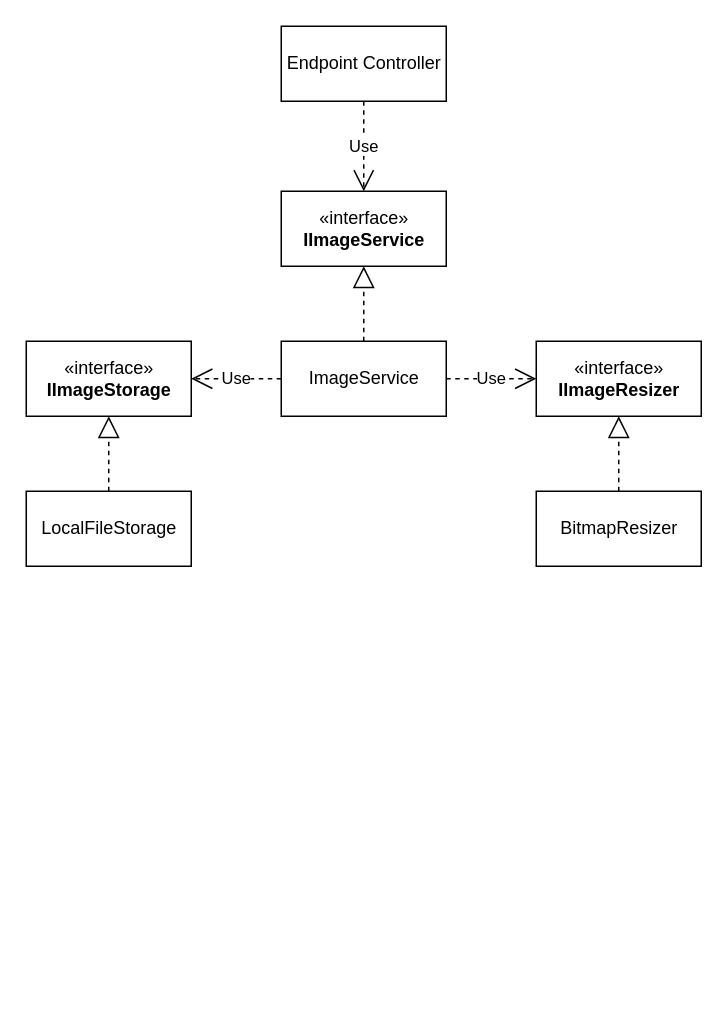
The draw.io diagram docs/Class Diagram.drawio in graemejob/atom-challenge, before the edit. Source tidied: cells renumbered, new cells numbered last; positions are measured from the earlier drawing's top-left corner, leaving out a move shared by most shapes. Both pictures are drawn from the tidied source at 150%, with x=0, y=0 at pixel (26, 26).
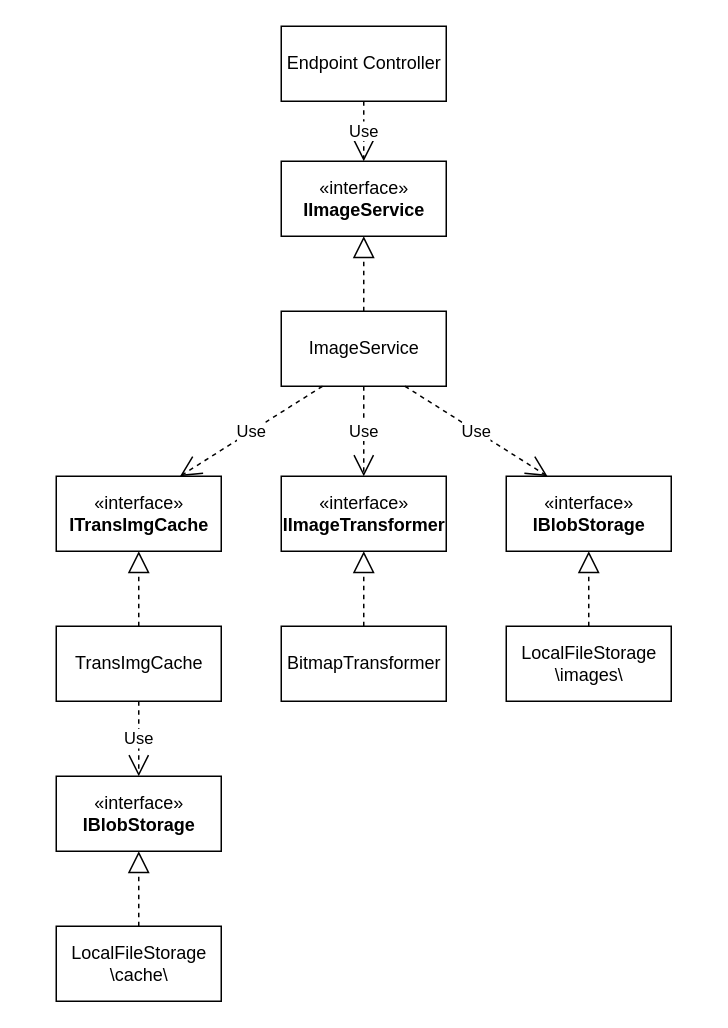
The same page after the edit.

Unchanged cells that the change refers to:
```xml
<mxCell id="11" value="Endpoint Controller" style="html=1;" parent="1" vertex="1">
  <mxGeometry x="170" width="110" height="50" as="geometry" />
</mxCell>
```

What changed in the source:
```diff
@@
-    <mxCell id="3" value="«interface»&lt;br&gt;&lt;b&gt;IImageStorage&lt;/b&gt;" style="html=1;" parent="1" vertex="1">
-      <mxGeometry y="210" width="110" height="50" as="geometry" />
+    <mxCell id="3" value="«interface»&lt;br&gt;&lt;b&gt;IBlobStorage&lt;/b&gt;" style="html=1;" parent="1" vertex="1">
+      <mxGeometry x="320" y="300" width="110" height="50" as="geometry" />
     </mxCell>
-    <mxCell id="4" value="&lt;span&gt;LocalFileStorage&lt;/span&gt;" style="html=1;" parent="1" vertex="1">
-      <mxGeometry y="310" width="110" height="50" as="geometry" />
+    <mxCell id="4" value="&lt;span&gt;LocalFileStorage&lt;br&gt;\images\&lt;br&gt;&lt;/span&gt;" style="html=1;" parent="1" vertex="1">
+      <mxGeometry x="320" y="400" width="110" height="50" as="geometry" />
     </mxCell>
-    <mxCell id="5" value="«interface»&lt;br&gt;&lt;b&gt;IImageResizer&lt;/b&gt;" style="html=1;" parent="1" vertex="1">
-      <mxGeometry x="340" y="210" width="110" height="50" as="geometry" />
+    <mxCell id="5" value="«interface»&lt;br&gt;&lt;b&gt;IImageTransformer&lt;/b&gt;" style="html=1;" parent="1" vertex="1">
+      <mxGeometry x="170" y="300" width="110" height="50" as="geometry" />
     </mxCell>
-    <mxCell id="6" value="ImageService" style="html=1;" parent="1" vertex="1">
-      <mxGeometry x="170" y="210" width="110" height="50" as="geometry" />
-    </mxCell>
-    <mxCell id="7" value="Use" style="endArrow=open;endSize=12;dashed=1;html=1;exitX=1;exitY=0.5;exitDx=0;exitDy=0;entryX=0;entryY=0.5;entryDx=0;entryDy=0;" parent="1" edge="1" source="6" target="5">
-      <mxGeometry relative="1" as="geometry" />
-    </mxCell>
-    <mxCell id="8" value="Use" style="endArrow=open;endSize=12;dashed=1;html=1;entryX=1;entryY=0.5;entryDx=0;entryDy=0;" parent="1" edge="1" target="3">
-      <mxGeometry relative="1" as="geometry">
-        <mxPoint x="170" y="235" as="sourcePoint" />
-      </mxGeometry>
-    </mxCell>
-    <mxCell id="9" value="«interface»&lt;br&gt;&lt;b&gt;IImageService&lt;/b&gt;" style="html=1;" parent="1" vertex="1">
-      <mxGeometry x="170" y="110" width="110" height="50" as="geometry" />
+    <mxCell id="9" value="«interface»&lt;br&gt;&lt;b&gt;ITransImgCache&lt;/b&gt;" style="html=1;" parent="1" vertex="1">
+      <mxGeometry x="20" y="300" width="110" height="50" as="geometry" />
     </mxCell>
-    <mxCell id="10" style="endArrow=block;dashed=1;endFill=0;endSize=12;html=1;entryX=0.5;entryY=1;entryDx=0;entryDy=0;exitX=0.5;exitY=0;exitDx=0;exitDy=0;" parent="1" edge="1" source="6" target="9">
-      <mxGeometry relative="1" as="geometry" />
+    <mxCell id="10" style="endArrow=block;dashed=1;endFill=0;endSize=12;html=1;entryX=0.5;entryY=1;entryDx=0;entryDy=0;exitX=0.5;exitY=0;exitDx=0;exitDy=0;" parent="1" edge="1" target="9">
+      <mxGeometry relative="1" as="geometry">
+        <mxPoint x="75" y="400" as="sourcePoint" />
+      </mxGeometry>
     </mxCell>
@@
-    <mxCell id="12" value="Use" style="endArrow=open;endSize=12;dashed=1;html=1;exitX=0.5;exitY=1;exitDx=0;exitDy=0;entryX=0.5;entryY=0;entryDx=0;entryDy=0;" parent="1" edge="1" source="11" target="9">
-      <mxGeometry relative="1" as="geometry" />
-    </mxCell>
-    <mxCell id="13" value="BitmapResizer" style="html=1;" parent="1" vertex="1">
-      <mxGeometry x="340" y="310" width="110" height="50" as="geometry" />
+    <mxCell id="13" value="BitmapTransformer" style="html=1;" parent="1" vertex="1">
+      <mxGeometry x="170" y="400" width="110" height="50" as="geometry" />
     </mxCell>
@@
+    <mxCell id="6" value="ImageService" style="html=1;" parent="1" vertex="1">
+      <mxGeometry x="170" y="190" width="110" height="50" as="geometry" />
+    </mxCell>
+    <mxCell id="15" value="«interface»&lt;br&gt;&lt;b&gt;IImageService&lt;/b&gt;" style="html=1;" parent="1" vertex="1">
+      <mxGeometry x="170" y="90" width="110" height="50" as="geometry" />
+    </mxCell>
+    <mxCell id="16" style="endArrow=block;dashed=1;endFill=0;endSize=12;html=1;entryX=0.5;entryY=1;entryDx=0;entryDy=0;exitX=0.5;exitY=0;exitDx=0;exitDy=0;" parent="1" edge="1" source="6" target="15">
+      <mxGeometry relative="1" as="geometry" />
+    </mxCell>
+    <mxCell id="12" value="Use" style="endArrow=open;endSize=12;dashed=1;html=1;exitX=0.5;exitY=1;exitDx=0;exitDy=0;entryX=0.5;entryY=0;entryDx=0;entryDy=0;" parent="1" edge="1" source="6" target="5">
+      <mxGeometry relative="1" as="geometry" />
+    </mxCell>
+    <mxCell id="17" value="Use" style="endArrow=open;endSize=12;dashed=1;html=1;exitX=0.75;exitY=1;exitDx=0;exitDy=0;entryX=0.25;entryY=0;entryDx=0;entryDy=0;" parent="1" edge="1" source="6" target="3">
+      <mxGeometry relative="1" as="geometry" />
+    </mxCell>
+    <mxCell id="18" value="Use" style="endArrow=open;endSize=12;dashed=1;html=1;exitX=0.25;exitY=1;exitDx=0;exitDy=0;entryX=0.75;entryY=0;entryDx=0;entryDy=0;" parent="1" edge="1" source="6" target="9">
+      <mxGeometry relative="1" as="geometry" />
+    </mxCell>
+    <mxCell id="19" value="Use" style="endArrow=open;endSize=12;dashed=1;html=1;exitX=0.5;exitY=1;exitDx=0;exitDy=0;" parent="1" edge="1" source="11">
+      <mxGeometry relative="1" as="geometry">
+        <mxPoint x="225" y="90" as="targetPoint" />
+      </mxGeometry>
+    </mxCell>
+    <mxCell id="20" value="&lt;span&gt;TransImgCache&lt;/span&gt;" style="html=1;" parent="1" vertex="1">
+      <mxGeometry x="20" y="400" width="110" height="50" as="geometry" />
+    </mxCell>
+    <mxCell id="21" style="endArrow=block;dashed=1;endFill=0;endSize=12;html=1;entryX=0.5;entryY=1;entryDx=0;entryDy=0;exitX=0.5;exitY=0;exitDx=0;exitDy=0;" parent="1" edge="1" source="23" target="22">
+      <mxGeometry relative="1" as="geometry" />
+    </mxCell>
+    <mxCell id="22" value="«interface»&lt;br&gt;&lt;b&gt;IBlobStorage&lt;/b&gt;" style="html=1;" parent="1" vertex="1">
+      <mxGeometry x="20" y="500" width="110" height="50" as="geometry" />
+    </mxCell>
+    <mxCell id="23" value="&lt;span&gt;LocalFileStorage&lt;br&gt;\cache\&lt;br&gt;&lt;/span&gt;" style="html=1;" parent="1" vertex="1">
+      <mxGeometry x="20" y="600" width="110" height="50" as="geometry" />
+    </mxCell>
+    <mxCell id="24" value="Use" style="endArrow=open;endSize=12;dashed=1;html=1;exitX=0.5;exitY=1;exitDx=0;exitDy=0;" parent="1" edge="1" source="20" target="22">
+      <mxGeometry relative="1" as="geometry" />
+    </mxCell>
```
